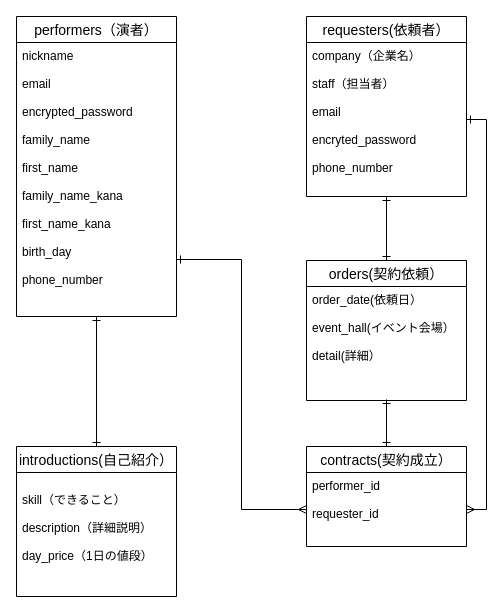
The draw.io diagram test.dio in noname2601/event-connect-35213, before the edit. Source tidied: cells renumbered, new cells numbered last; positions are measured from the earlier drawing's top-left corner, leaving out a move shared by most shapes. Both pictures are drawn from the tidied source at 100%, with x=0, y=0 at pixel (16, 16).
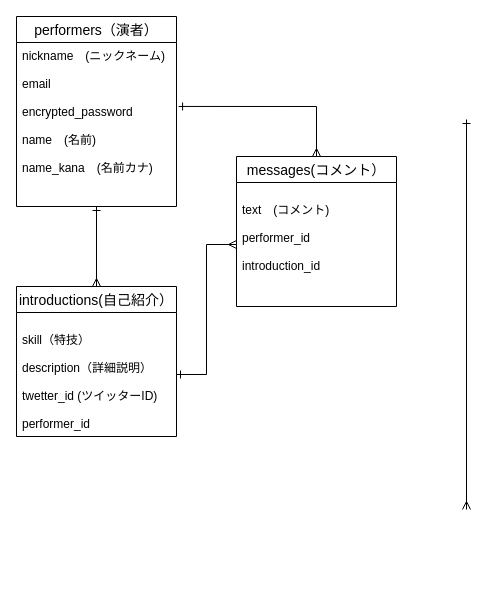
The same diagram, later.

The edit, as a diff of the source:
```diff
@@
 <mxGraphModel>
   <root>
     <mxCell id="0" />
     <mxCell id="1" parent="0" />
     <mxCell id="2" value="performers（演者）" style="swimlane;fontStyle=0;horizontal=1;startSize=26;align=center;fontSize=14;" parent="1" vertex="1">
-      <mxGeometry width="160" height="300" as="geometry" />
+      <mxGeometry width="160" height="190" as="geometry" />
     </mxCell>
-    <mxCell id="3" value="nickname&#10;&#10;email&#10;&#10;encrypted_password&#10;&#10;family_name&#10;&#10;first_name&#10;&#10;family_name_kana&#10;&#10;first_name_kana&#10;&#10;birth_day&#10;&#10;phone_number&#10;&#10;&#10;&#10;" style="text;strokeColor=none;fillColor=none;spacingLeft=4;spacingRight=4;overflow=hidden;points=[[0,0.5],[1,0.5]];portConstraint=eastwest;fontSize=12;" parent="2" vertex="1">
-      <mxGeometry y="26" width="160" height="274" as="geometry" />
+    <mxCell id="3" value="nickname　(ニックネーム)&#10;&#10;email&#10;&#10;encrypted_password&#10;&#10;name　(名前)&#10;&#10;name_kana　(名前カナ)&#10;&#10;&#10;&#10;&#10;&#10;&#10;&#10;&#10;&#10;&#10;" style="text;strokeColor=none;fillColor=none;spacingLeft=4;spacingRight=4;overflow=hidden;points=[[0,0.5],[1,0.5]];portConstraint=eastwest;fontSize=12;" parent="2" vertex="1">
+      <mxGeometry y="26" width="160" height="164" as="geometry" />
     </mxCell>
-    <mxCell id="4" style="edgeStyle=orthogonalEdgeStyle;rounded=0;jettySize=auto;html=1;exitX=0.5;exitY=0;exitDx=0;exitDy=0;entryX=0.5;entryY=1;entryDx=0;entryDy=0;entryPerimeter=0;startArrow=ERone;startFill=0;endArrow=ERone;endFill=0;" parent="1" edge="1" source="5" target="3">
-      <mxGeometry relative="1" as="geometry" />
-    </mxCell>
+    <mxCell id="17" style="edgeStyle=orthogonalEdgeStyle;rounded=0;jettySize=auto;html=1;exitX=0.5;exitY=0;exitDx=0;exitDy=0;startArrow=ERmany;startFill=0;endArrow=ERone;endFill=0;" parent="1" edge="1" source="5">
+      <mxGeometry relative="1" as="geometry">
+        <mxPoint x="80" y="190" as="targetPoint" />
+      </mxGeometry>
+    </mxCell>
     <mxCell id="5" value="introductions(自己紹介）" style="swimlane;fontStyle=0;horizontal=1;startSize=26;align=center;fontSize=14;" parent="1" vertex="1">
-      <mxGeometry y="430" width="160" height="150" as="geometry" />
+      <mxGeometry y="270" width="160" height="150" as="geometry" />
     </mxCell>
-    <mxCell id="6" value="&#10;skill（できること）&#10;&#10;description（詳細説明）&#10;&#10;day_price（1日の値段）" style="text;strokeColor=none;fillColor=none;spacingLeft=4;spacingRight=4;overflow=hidden;points=[[0,0.5],[1,0.5]];portConstraint=eastwest;fontSize=12;" parent="5" vertex="1">
+    <mxCell id="6" value="&#10;skill（特技）&#10;&#10;description（詳細説明）&#10;&#10;twetter_id (ツイッターID)&#10;&#10;performer_id&#10;&#10;" style="text;strokeColor=none;fillColor=none;spacingLeft=4;spacingRight=4;overflow=hidden;points=[[0,0.5],[1,0.5]];portConstraint=eastwest;fontSize=12;" parent="5" vertex="1">
       <mxGeometry y="26" width="160" height="124" as="geometry" />
     </mxCell>
-    <mxCell id="7" value="requesters(依頼者）" style="swimlane;fontStyle=0;horizontal=1;startSize=26;align=center;fontSize=14;" parent="1" vertex="1">
-      <mxGeometry x="290" width="160" height="180" as="geometry" />
-    </mxCell>
-    <mxCell id="8" value="company（企業名）&#10;&#10;staff（担当者）&#10;&#10;email&#10;&#10;encryted_password&#10;&#10;phone_number" style="text;strokeColor=none;fillColor=none;spacingLeft=4;spacingRight=4;overflow=hidden;points=[[0,0.5],[1,0.5]];portConstraint=eastwest;fontSize=12;" parent="7" vertex="1">
-      <mxGeometry y="26" width="160" height="154" as="geometry" />
-    </mxCell>
+    <mxCell id="16" style="edgeStyle=orthogonalEdgeStyle;rounded=0;orthogonalLoop=1;jettySize=auto;html=1;exitX=1;exitY=0.5;exitDx=0;exitDy=0;entryX=1;entryY=0.5;entryDx=0;entryDy=0;startArrow=ERmany;startFill=0;endArrow=ERone;endFill=0;" parent="1" edge="1">
+      <mxGeometry relative="1" as="geometry">
+        <mxPoint x="450" y="493" as="sourcePoint" />
+        <mxPoint x="450" y="103" as="targetPoint" />
+      </mxGeometry>
+    </mxCell>
+    <mxCell id="18" style="edgeStyle=orthogonalEdgeStyle;rounded=0;jettySize=auto;html=1;exitX=0.5;exitY=0;exitDx=0;exitDy=0;entryX=1.013;entryY=0.39;entryDx=0;entryDy=0;entryPerimeter=0;startArrow=ERmany;startFill=0;endArrow=ERone;endFill=0;" parent="1" edge="1" source="9" target="3">
+      <mxGeometry relative="1" as="geometry" />
+    </mxCell>
-    <mxCell id="9" style="edgeStyle=orthogonalEdgeStyle;rounded=0;jettySize=auto;html=1;exitX=0.5;exitY=0;exitDx=0;exitDy=0;entryX=0.5;entryY=0.991;entryDx=0;entryDy=0;entryPerimeter=0;startArrow=ERone;startFill=0;endArrow=ERone;endFill=0;" parent="1" edge="1" source="10" target="14">
-      <mxGeometry relative="1" as="geometry" />
+    <mxCell id="9" value="messages(コメント）" style="swimlane;fontStyle=0;horizontal=1;startSize=26;align=center;fontSize=14;" parent="1" vertex="1">
+      <mxGeometry x="220" y="140" width="160" height="150" as="geometry" />
     </mxCell>
-    <mxCell id="10" value="contracts(契約成立）" style="swimlane;fontStyle=0;horizontal=1;startSize=26;align=center;fontSize=14;" parent="1" vertex="1">
-      <mxGeometry x="290" y="430" width="160" height="100" as="geometry" />
-    </mxCell>
-    <mxCell id="11" value="performer_id&#10;&#10;requester_id" style="text;strokeColor=none;fillColor=none;spacingLeft=4;spacingRight=4;overflow=hidden;points=[[0,0.5],[1,0.5]];portConstraint=eastwest;fontSize=12;" parent="10" vertex="1">
-      <mxGeometry y="26" width="160" height="74" as="geometry" />
-    </mxCell>
-    <mxCell id="12" style="edgeStyle=orthogonalEdgeStyle;rounded=0;jettySize=auto;html=1;exitX=0.5;exitY=0;exitDx=0;exitDy=0;entryX=0.5;entryY=1;entryDx=0;entryDy=0;entryPerimeter=0;startArrow=ERone;startFill=0;endArrow=ERone;endFill=0;" parent="1" edge="1" source="13" target="8">
-      <mxGeometry relative="1" as="geometry" />
-    </mxCell>
-    <mxCell id="13" value="orders(契約依頼）" style="swimlane;fontStyle=0;horizontal=1;startSize=26;align=center;fontSize=14;" parent="1" vertex="1">
-      <mxGeometry x="290" y="244" width="160" height="140" as="geometry" />
-    </mxCell>
-    <mxCell id="14" value="order_date(依頼日）&#10;&#10;event_hall(イベント会場）&#10;&#10;detail(詳細）&#10;&#10;" style="text;strokeColor=none;fillColor=none;spacingLeft=4;spacingRight=4;overflow=hidden;points=[[0,0.5],[1,0.5]];portConstraint=eastwest;fontSize=12;" parent="13" vertex="1">
-      <mxGeometry y="26" width="160" height="114" as="geometry" />
-    </mxCell>
-    <mxCell id="15" style="edgeStyle=orthogonalEdgeStyle;rounded=0;jettySize=auto;html=1;exitX=0;exitY=0.5;exitDx=0;exitDy=0;entryX=1;entryY=0.792;entryDx=0;entryDy=0;entryPerimeter=0;startArrow=ERmany;startFill=0;endArrow=ERone;endFill=0;" parent="1" edge="1" source="11" target="3">
-      <mxGeometry relative="1" as="geometry" />
-    </mxCell>
-    <mxCell id="16" style="edgeStyle=orthogonalEdgeStyle;rounded=0;jettySize=auto;html=1;exitX=1;exitY=0.5;exitDx=0;exitDy=0;entryX=1;entryY=0.5;entryDx=0;entryDy=0;startArrow=ERmany;startFill=0;endArrow=ERone;endFill=0;" parent="1" edge="1" source="11" target="8">
-      <mxGeometry relative="1" as="geometry" />
-    </mxCell>
+    <mxCell id="19" value="&#10;text　(コメント)&#10;&#10;performer_id&#10;&#10;introduction_id&#10;&#10;&#10;&#10;&#10;&#10;" style="text;strokeColor=none;fillColor=none;spacingLeft=4;spacingRight=4;overflow=hidden;points=[[0,0.5],[1,0.5]];portConstraint=eastwest;fontSize=12;" parent="9" vertex="1">
+      <mxGeometry y="26" width="160" height="124" as="geometry" />
+    </mxCell>
+    <mxCell id="20" style="edgeStyle=orthogonalEdgeStyle;rounded=0;jettySize=auto;html=1;exitX=1;exitY=0.5;exitDx=0;exitDy=0;endArrow=ERmany;endFill=0;startArrow=ERone;startFill=0;" parent="1" edge="1" source="6" target="19">
+      <mxGeometry relative="1" as="geometry" />
+    </mxCell>
   </root>
 </mxGraphModel>
```
